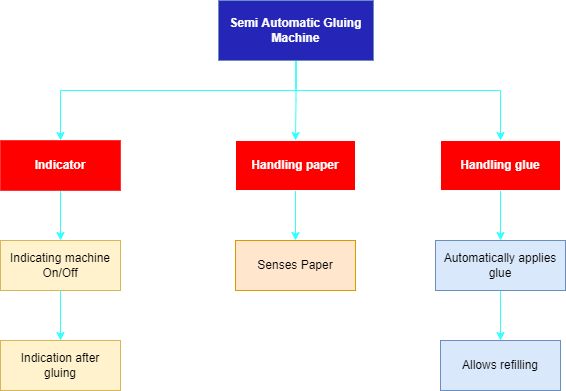
K-Division-2021-2022-Even/Repo-15 keeps this draw.io diagram as flow chart.png. Above is the earlier version. Source tidied: cells renumbered, new cells last; positions are measured from the earlier drawing's top-left corner, leaving out a move shared by most shapes. Source of this version:
```xml
<mxGraphModel>
  <root>
    <mxCell id="0" />
    <mxCell id="1" parent="0" />
    <mxCell id="2" style="edgeStyle=orthogonalEdgeStyle;rounded=0;jettySize=auto;html=1;strokeColor=#33FFFF;" parent="1" edge="1" source="5" target="9">
      <mxGeometry relative="1" as="geometry" />
    </mxCell>
    <mxCell id="3" style="edgeStyle=orthogonalEdgeStyle;rounded=0;jettySize=auto;html=1;strokeColor=#33FFFF;" parent="1" edge="1" source="5" target="7">
      <mxGeometry relative="1" as="geometry">
        <Array as="points">
          <mxPoint x="295" y="90" />
          <mxPoint x="60" y="90" />
        </Array>
      </mxGeometry>
    </mxCell>
    <mxCell id="4" style="edgeStyle=orthogonalEdgeStyle;rounded=0;jettySize=auto;html=1;entryX=0.5;entryY=0;entryDx=0;entryDy=0;strokeColor=#33FFFF;" parent="1" edge="1" source="5" target="11">
      <mxGeometry relative="1" as="geometry">
        <Array as="points">
          <mxPoint x="295" y="90" />
          <mxPoint x="500" y="90" />
        </Array>
      </mxGeometry>
    </mxCell>
    <mxCell id="5" value="&lt;b&gt;&lt;font color=&quot;#ffffff&quot;&gt;Semi Automatic Gluing Machine&lt;/font&gt;&lt;/b&gt;" style="rounded=0;whiteSpace=wrap;html=1;fillColor=#2525B8;strokeColor=#6c8ebf;" parent="1" vertex="1">
      <mxGeometry x="218" width="155" height="60" as="geometry" />
    </mxCell>
    <mxCell id="6" style="edgeStyle=orthogonalEdgeStyle;rounded=0;jettySize=auto;html=1;strokeColor=#33FFFF;" parent="1" edge="1" source="7" target="13">
      <mxGeometry relative="1" as="geometry" />
    </mxCell>
    <mxCell id="7" value="&lt;font color=&quot;#ffffff&quot;&gt;Indicator&lt;/font&gt;" style="rounded=0;whiteSpace=wrap;html=1;strokeColor=#FF3333;fillColor=#FF0000;fontStyle=1;" parent="1" vertex="1">
      <mxGeometry y="140" width="120" height="50" as="geometry" />
    </mxCell>
    <mxCell id="8" style="edgeStyle=orthogonalEdgeStyle;rounded=0;jettySize=auto;html=1;strokeColor=#33FFFF;" parent="1" edge="1" source="9" target="15">
      <mxGeometry relative="1" as="geometry" />
    </mxCell>
    <mxCell id="9" value="&lt;font color=&quot;#ffffff&quot;&gt;Handling paper&lt;/font&gt;" style="rounded=0;whiteSpace=wrap;html=1;strokeColor=#FFFFFF;fillColor=#FF0000;fontStyle=1;" parent="1" vertex="1">
      <mxGeometry x="235" y="140" width="120" height="50" as="geometry" />
    </mxCell>
    <mxCell id="10" style="edgeStyle=orthogonalEdgeStyle;rounded=0;jettySize=auto;html=1;strokeColor=#33FFFF;" parent="1" edge="1" source="11" target="17">
      <mxGeometry relative="1" as="geometry" />
    </mxCell>
    <mxCell id="11" value="Handling glue" style="rounded=0;whiteSpace=wrap;html=1;strokeColor=#FFFFFF;fillColor=#FF0000;fontStyle=1;fontColor=#FFFFFF;" parent="1" vertex="1">
      <mxGeometry x="440" y="140" width="120" height="50" as="geometry" />
    </mxCell>
    <mxCell id="12" style="edgeStyle=orthogonalEdgeStyle;rounded=0;jettySize=auto;html=1;strokeColor=#33FFFF;" parent="1" edge="1" source="13" target="14">
      <mxGeometry relative="1" as="geometry" />
    </mxCell>
    <mxCell id="13" value="Indicating machine On/Off" style="rounded=0;whiteSpace=wrap;html=1;fillColor=#fff2cc;strokeColor=#d6b656;" parent="1" vertex="1">
      <mxGeometry y="240" width="120" height="50" as="geometry" />
    </mxCell>
    <mxCell id="14" value="Indication after&lt;br&gt;gluing" style="rounded=0;whiteSpace=wrap;html=1;fillColor=#fff2cc;strokeColor=#d6b656;" parent="1" vertex="1">
      <mxGeometry y="340" width="120" height="50" as="geometry" />
    </mxCell>
    <mxCell id="15" value="Senses Paper" style="rounded=0;whiteSpace=wrap;html=1;fillColor=#ffe6cc;strokeColor=#d79b00;" parent="1" vertex="1">
      <mxGeometry x="235" y="240" width="120" height="50" as="geometry" />
    </mxCell>
    <mxCell id="16" style="edgeStyle=orthogonalEdgeStyle;rounded=0;jettySize=auto;html=1;strokeColor=#33FFFF;" parent="1" edge="1" source="17" target="18">
      <mxGeometry relative="1" as="geometry" />
    </mxCell>
    <mxCell id="17" value="Automatically applies&lt;br&gt;glue" style="rounded=0;whiteSpace=wrap;html=1;fillColor=#dae8fc;strokeColor=#6c8ebf;" parent="1" vertex="1">
      <mxGeometry x="435" y="240" width="130" height="50" as="geometry" />
    </mxCell>
    <mxCell id="18" value="Allows refilling" style="rounded=0;whiteSpace=wrap;html=1;fillColor=#dae8fc;strokeColor=#6c8ebf;" parent="1" vertex="1">
      <mxGeometry x="440" y="340" width="120" height="50" as="geometry" />
    </mxCell>
  </root>
</mxGraphModel>
```
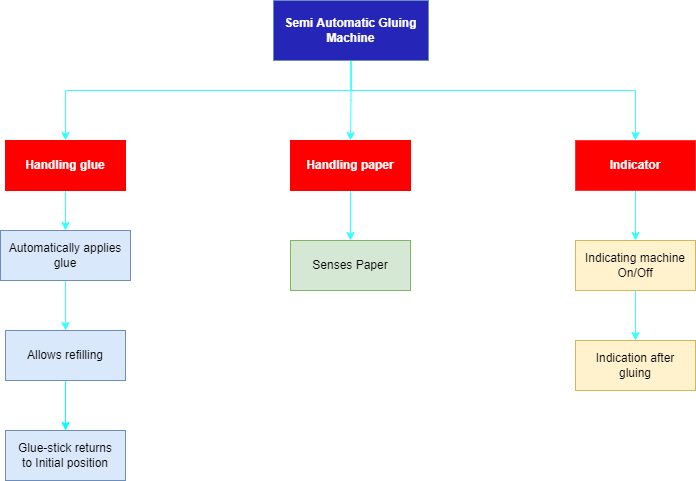
Above is the later version.

What changed in the source:
```diff
@@ -8,60 +8,66 @@
     <mxCell id="3" style="edgeStyle=orthogonalEdgeStyle;rounded=0;jettySize=auto;html=1;strokeColor=#33FFFF;" parent="1" edge="1" source="5" target="7">
       <mxGeometry relative="1" as="geometry">
         <Array as="points">
-          <mxPoint x="295" y="90" />
-          <mxPoint x="60" y="90" />
+          <mxPoint x="286" y="100" />
+          <mxPoint x="570" y="100" />
         </Array>
       </mxGeometry>
     </mxCell>
     <mxCell id="4" style="edgeStyle=orthogonalEdgeStyle;rounded=0;jettySize=auto;html=1;entryX=0.5;entryY=0;entryDx=0;entryDy=0;strokeColor=#33FFFF;" parent="1" edge="1" source="5" target="11">
       <mxGeometry relative="1" as="geometry">
         <Array as="points">
-          <mxPoint x="295" y="90" />
-          <mxPoint x="500" y="90" />
+          <mxPoint x="286" y="100" />
+          <mxPoint y="100" />
         </Array>
       </mxGeometry>
     </mxCell>
     <mxCell id="5" value="&lt;b&gt;&lt;font color=&quot;#ffffff&quot;&gt;Semi Automatic Gluing Machine&lt;/font&gt;&lt;/b&gt;" style="rounded=0;whiteSpace=wrap;html=1;fillColor=#2525B8;strokeColor=#6c8ebf;" parent="1" vertex="1">
-      <mxGeometry x="218" width="155" height="60" as="geometry" />
+      <mxGeometry x="208" y="10" width="155" height="60" as="geometry" />
     </mxCell>
     <mxCell id="6" style="edgeStyle=orthogonalEdgeStyle;rounded=0;jettySize=auto;html=1;strokeColor=#33FFFF;" parent="1" edge="1" source="7" target="13">
       <mxGeometry relative="1" as="geometry" />
     </mxCell>
     <mxCell id="7" value="&lt;font color=&quot;#ffffff&quot;&gt;Indicator&lt;/font&gt;" style="rounded=0;whiteSpace=wrap;html=1;strokeColor=#FF3333;fillColor=#FF0000;fontStyle=1;" parent="1" vertex="1">
-      <mxGeometry y="140" width="120" height="50" as="geometry" />
+      <mxGeometry x="510" y="150" width="120" height="50" as="geometry" />
     </mxCell>
     <mxCell id="8" style="edgeStyle=orthogonalEdgeStyle;rounded=0;jettySize=auto;html=1;strokeColor=#33FFFF;" parent="1" edge="1" source="9" target="15">
       <mxGeometry relative="1" as="geometry" />
     </mxCell>
-    <mxCell id="9" value="&lt;font color=&quot;#ffffff&quot;&gt;Handling paper&lt;/font&gt;" style="rounded=0;whiteSpace=wrap;html=1;strokeColor=#FFFFFF;fillColor=#FF0000;fontStyle=1;" parent="1" vertex="1">
-      <mxGeometry x="235" y="140" width="120" height="50" as="geometry" />
+    <mxCell id="9" value="&lt;font color=&quot;#ffffff&quot;&gt;Handling paper&lt;/font&gt;" style="rounded=0;whiteSpace=wrap;html=1;strokeColor=#FF0000;fillColor=#FF0000;fontStyle=1;" parent="1" vertex="1">
+      <mxGeometry x="225" y="150" width="120" height="50" as="geometry" />
     </mxCell>
     <mxCell id="10" style="edgeStyle=orthogonalEdgeStyle;rounded=0;jettySize=auto;html=1;strokeColor=#33FFFF;" parent="1" edge="1" source="11" target="17">
       <mxGeometry relative="1" as="geometry" />
     </mxCell>
-    <mxCell id="11" value="Handling glue" style="rounded=0;whiteSpace=wrap;html=1;strokeColor=#FFFFFF;fillColor=#FF0000;fontStyle=1;fontColor=#FFFFFF;" parent="1" vertex="1">
-      <mxGeometry x="440" y="140" width="120" height="50" as="geometry" />
+    <mxCell id="11" value="Handling glue" style="rounded=0;whiteSpace=wrap;html=1;strokeColor=#FF0000;fillColor=#FF0000;fontStyle=1;fontColor=#FFFFFF;" parent="1" vertex="1">
+      <mxGeometry x="-60" y="150" width="120" height="50" as="geometry" />
     </mxCell>
     <mxCell id="12" style="edgeStyle=orthogonalEdgeStyle;rounded=0;jettySize=auto;html=1;strokeColor=#33FFFF;" parent="1" edge="1" source="13" target="14">
       <mxGeometry relative="1" as="geometry" />
     </mxCell>
     <mxCell id="13" value="Indicating machine On/Off" style="rounded=0;whiteSpace=wrap;html=1;fillColor=#fff2cc;strokeColor=#d6b656;" parent="1" vertex="1">
-      <mxGeometry y="240" width="120" height="50" as="geometry" />
+      <mxGeometry x="510" y="250" width="120" height="50" as="geometry" />
     </mxCell>
     <mxCell id="14" value="Indication after&lt;br&gt;gluing" style="rounded=0;whiteSpace=wrap;html=1;fillColor=#fff2cc;strokeColor=#d6b656;" parent="1" vertex="1">
-      <mxGeometry y="340" width="120" height="50" as="geometry" />
+      <mxGeometry x="510" y="350" width="120" height="50" as="geometry" />
     </mxCell>
-    <mxCell id="15" value="Senses Paper" style="rounded=0;whiteSpace=wrap;html=1;fillColor=#ffe6cc;strokeColor=#d79b00;" parent="1" vertex="1">
-      <mxGeometry x="235" y="240" width="120" height="50" as="geometry" />
+    <mxCell id="15" value="Senses Paper" style="rounded=0;whiteSpace=wrap;html=1;fillColor=#d5e8d4;strokeColor=#82b366;" parent="1" vertex="1">
+      <mxGeometry x="225" y="250" width="120" height="50" as="geometry" />
     </mxCell>
     <mxCell id="16" style="edgeStyle=orthogonalEdgeStyle;rounded=0;jettySize=auto;html=1;strokeColor=#33FFFF;" parent="1" edge="1" source="17" target="18">
       <mxGeometry relative="1" as="geometry" />
     </mxCell>
     <mxCell id="17" value="Automatically applies&lt;br&gt;glue" style="rounded=0;whiteSpace=wrap;html=1;fillColor=#dae8fc;strokeColor=#6c8ebf;" parent="1" vertex="1">
-      <mxGeometry x="435" y="240" width="130" height="50" as="geometry" />
+      <mxGeometry x="-65" y="240" width="130" height="50" as="geometry" />
     </mxCell>
+    <mxCell id="19" style="edgeStyle=orthogonalEdgeStyle;rounded=0;jettySize=auto;html=1;strokeColor=#00FFFF;" parent="1" edge="1" source="18" target="20">
+      <mxGeometry relative="1" as="geometry" />
+    </mxCell>
     <mxCell id="18" value="Allows refilling" style="rounded=0;whiteSpace=wrap;html=1;fillColor=#dae8fc;strokeColor=#6c8ebf;" parent="1" vertex="1">
-      <mxGeometry x="440" y="340" width="120" height="50" as="geometry" />
+      <mxGeometry x="-60" y="340" width="120" height="50" as="geometry" />
     </mxCell>
+    <mxCell id="20" value="Glue-stick returns&lt;br&gt;to Initial position" style="rounded=0;whiteSpace=wrap;html=1;fillColor=#dae8fc;strokeColor=#6c8ebf;" parent="1" vertex="1">
+      <mxGeometry x="-60" y="440" width="120" height="50" as="geometry" />
+    </mxCell>
   </root>
 </mxGraphModel>
```
